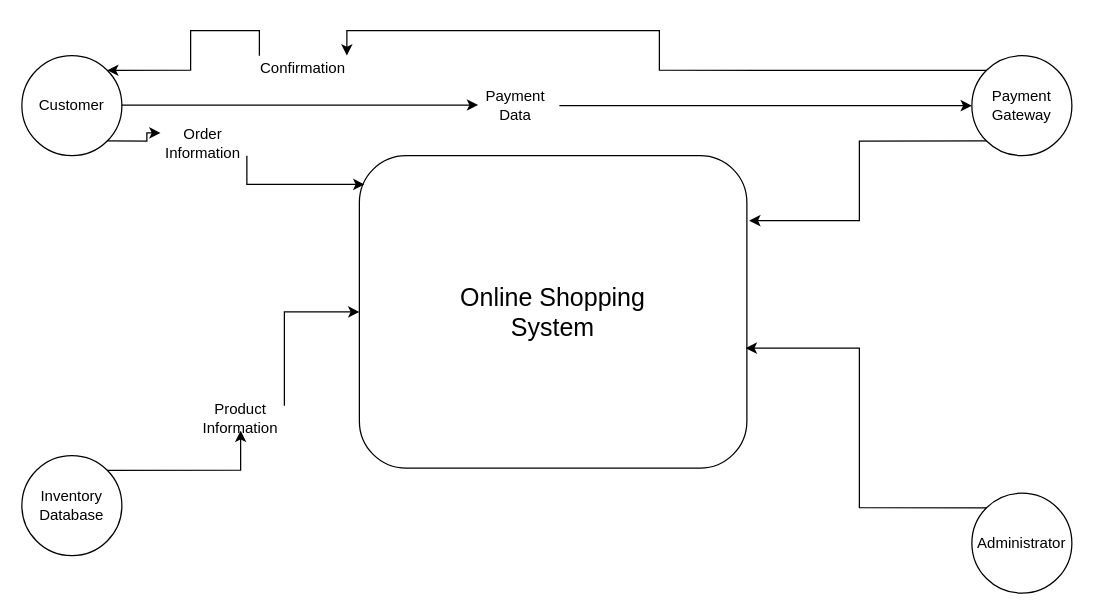
Before: level 0 DFD.drawio in Chukwuebuka-2003/SE-DFD, a draw.io diagram. Source tidied: cells renumbered, new cells numbered last; positions are measured from the earlier drawing's top-left corner, leaving out a move shared by most shapes. Both pictures are drawn from the tidied source at 125%, with x=0, y=0 at pixel (21, 55).
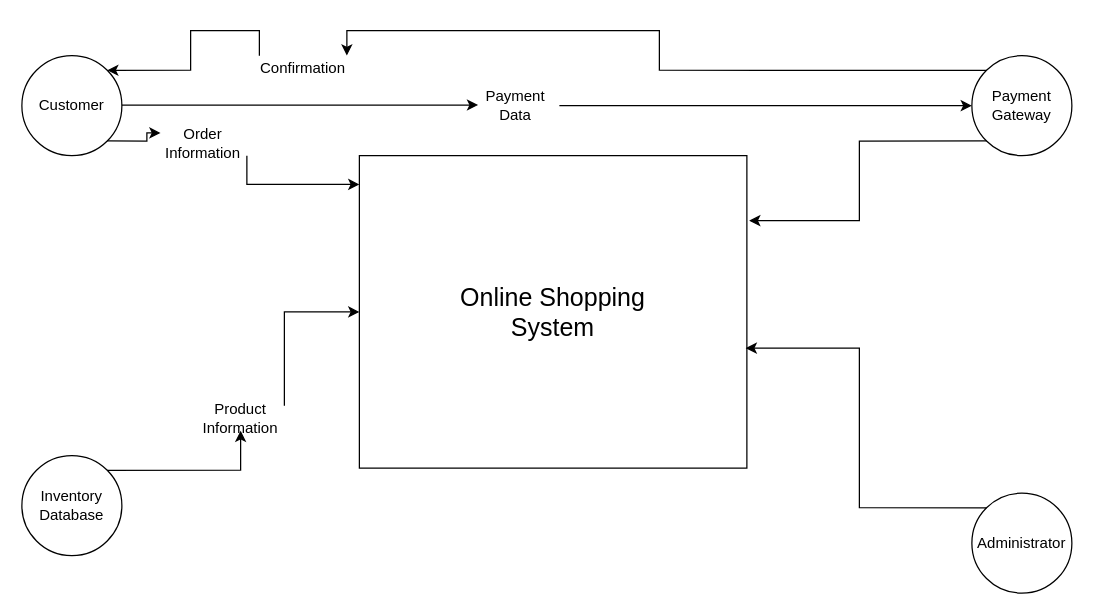
After the change.

The change refers to these unchanged cells:
```xml
<mxCell id="19" value="Order Information " style="text;strokeColor=none;align=center;fillColor=none;html=1;verticalAlign=middle;whiteSpace=wrap;rounded=0;" parent="1" vertex="1">
  <mxGeometry x="110" y="60" width="70" height="20" as="geometry" />
</mxCell>
```

Diff of the diagram source:
```diff
@@
-    <mxCell id="2" style="rounded=1;whiteSpace=wrap;html=1;" parent="1" vertex="1">
+    <mxCell id="2" style="rounded=0;whiteSpace=wrap;html=1;" parent="1" vertex="1">
       <mxGeometry x="270" y="80" width="310" height="250" as="geometry" />
     </mxCell>
@@
-    <mxCell id="15" style="edgeStyle=orthogonalEdgeStyle;rounded=0;jettySize=auto;html=1;exitX=1;exitY=1;exitDx=0;exitDy=0;entryX=0.013;entryY=0.092;entryDx=0;entryDy=0;entryPerimeter=0;" parent="1" edge="1" source="19" target="2">
-      <mxGeometry relative="1" as="geometry" />
+    <mxCell id="15" style="edgeStyle=orthogonalEdgeStyle;rounded=0;jettySize=auto;html=1;exitX=1;exitY=1;exitDx=0;exitDy=0;" parent="1" edge="1" source="19">
+      <mxGeometry relative="1" as="geometry">
+        <mxPoint x="270" y="103" as="targetPoint" />
+        <Array as="points">
+          <mxPoint x="180" y="103" />
+        </Array>
+      </mxGeometry>
     </mxCell>
```
